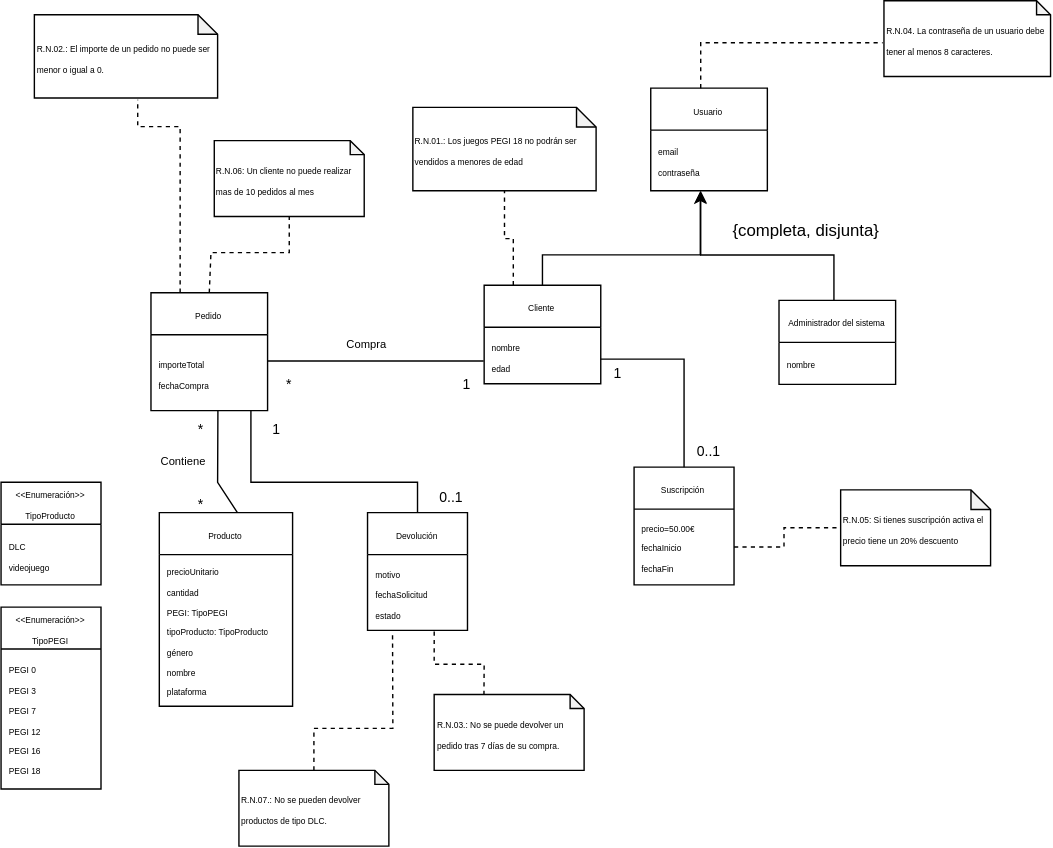
Before: images/TiendaVideojuegos.drawio.svg, a diagram exported from draw.io (adrianlancharrobayon/proyecto-curso-iissi1-2026-CFB3977). Source tidied: cells renumbered, new cells last; positions are measured from the earlier drawing's top-left corner, leaving out a move shared by most shapes.
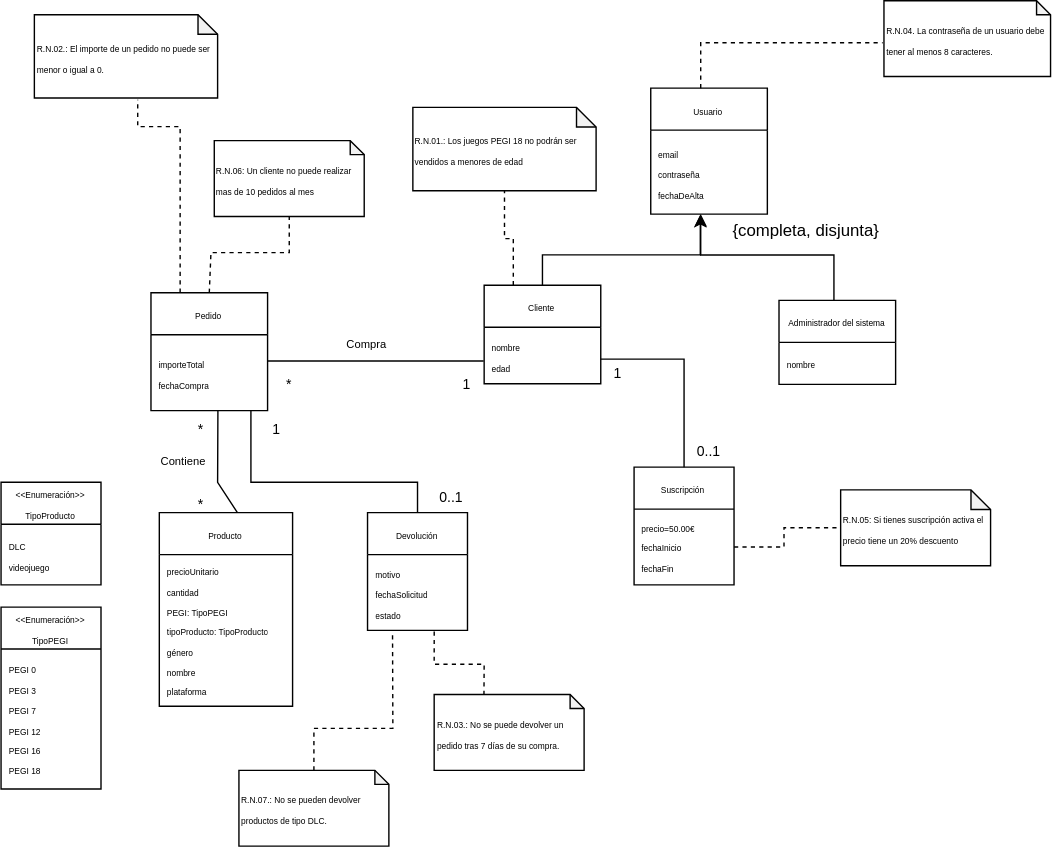
After the commit.

Change to the diagram source:
```diff
@@ -47,10 +47,10 @@
       <mxGeometry y="30" width="71.4" height="43.3" as="geometry" />
     </mxCell>
     <mxCell id="15" value="&lt;font style=&quot;font-size: 6px;&quot;&gt;Usuario&lt;/font&gt;" style="swimlane;fontStyle=0;horizontal=1;startSize=30;whiteSpace=wrap;html=1;" parent="1" vertex="1">
-      <mxGeometry x="464.3" y="62.5" width="83.3" height="73.3" as="geometry" />
+      <mxGeometry x="464.3" y="62.5" width="83.3" height="90" as="geometry" />
     </mxCell>
-    <mxCell id="16" value="&lt;font style=&quot;font-size: 6px;&quot;&gt;email&lt;/font&gt;&lt;div&gt;&lt;font style=&quot;font-size: 6px;&quot;&gt;contraseña&lt;/font&gt;&lt;/div&gt;" style="text;strokeColor=none;fillColor=none;align=left;verticalAlign=middle;spacingLeft=4;spacingRight=4;overflow=hidden;points=[[0,0.5],[1,0.5]];portConstraint=eastwest;whiteSpace=wrap;html=1;" parent="15" vertex="1">
-      <mxGeometry y="30" width="83.3" height="43.3" as="geometry" />
+    <mxCell id="16" value="&lt;font style=&quot;font-size: 6px;&quot;&gt;email&lt;/font&gt;&lt;div&gt;&lt;font style=&quot;font-size: 6px;&quot;&gt;contraseña&lt;/font&gt;&lt;/div&gt;&lt;div&gt;&lt;font style=&quot;font-size: 6px;&quot;&gt;fechaDeAlta&lt;/font&gt;&lt;/div&gt;" style="text;strokeColor=none;fillColor=none;align=left;verticalAlign=middle;spacingLeft=4;spacingRight=4;overflow=hidden;points=[[0,0.5],[1,0.5]];portConstraint=eastwest;whiteSpace=wrap;html=1;" parent="15" vertex="1">
+      <mxGeometry y="30" width="83.3" height="60" as="geometry" />
     </mxCell>
     <mxCell id="17" style="endArrow=classic;html=1;rounded=0;exitX=0.5;exitY=0;exitDx=0;exitDy=0;entryX=0.425;entryY=1.008;entryDx=0;entryDy=0;entryPerimeter=0;" parent="1" edge="1" source="2" target="16">
       <mxGeometry x="0.01" relative="1" as="geometry">
```
